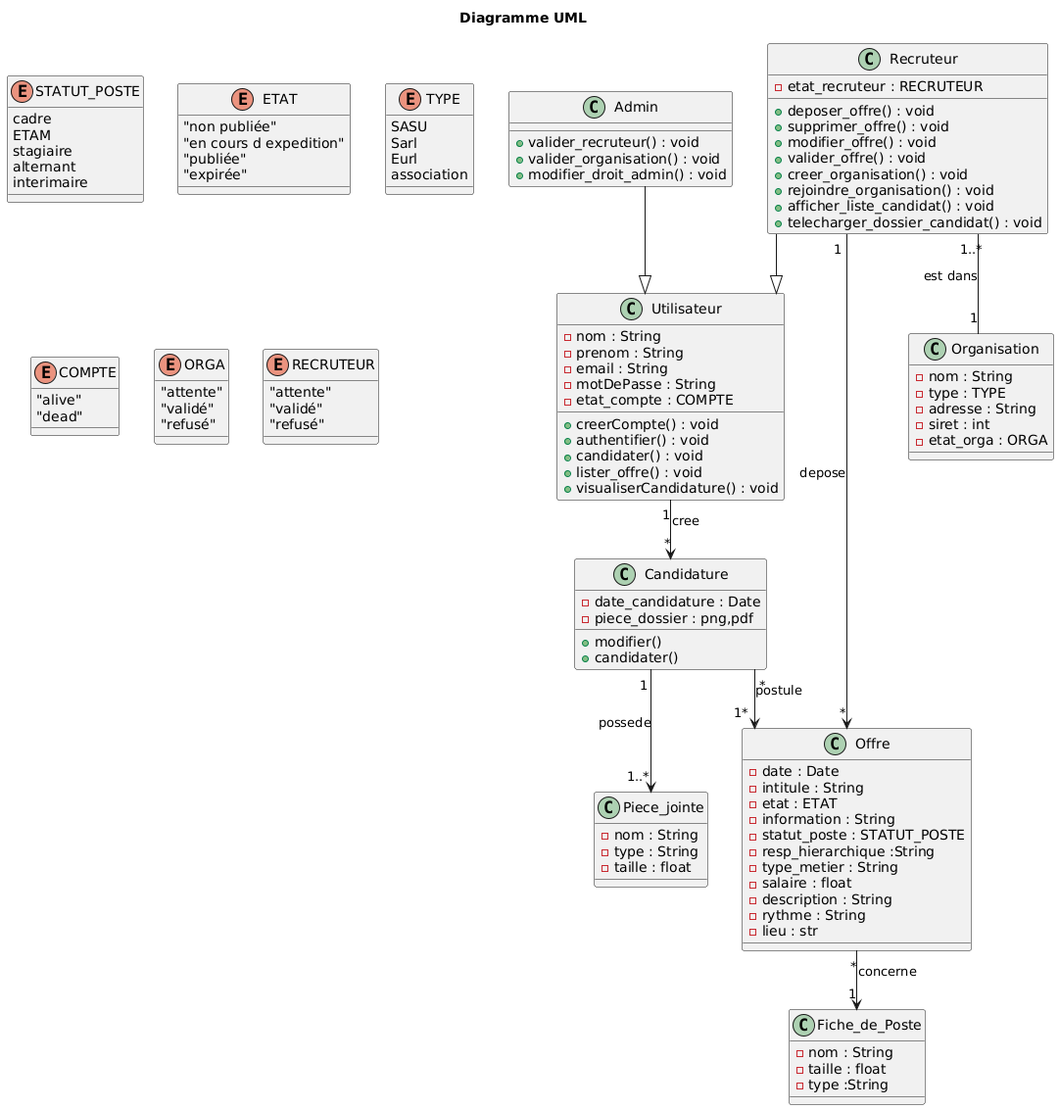
Above: Livrable_1/SR10_UML.png in jjean-v/SR10 (PlantUML), before the change.
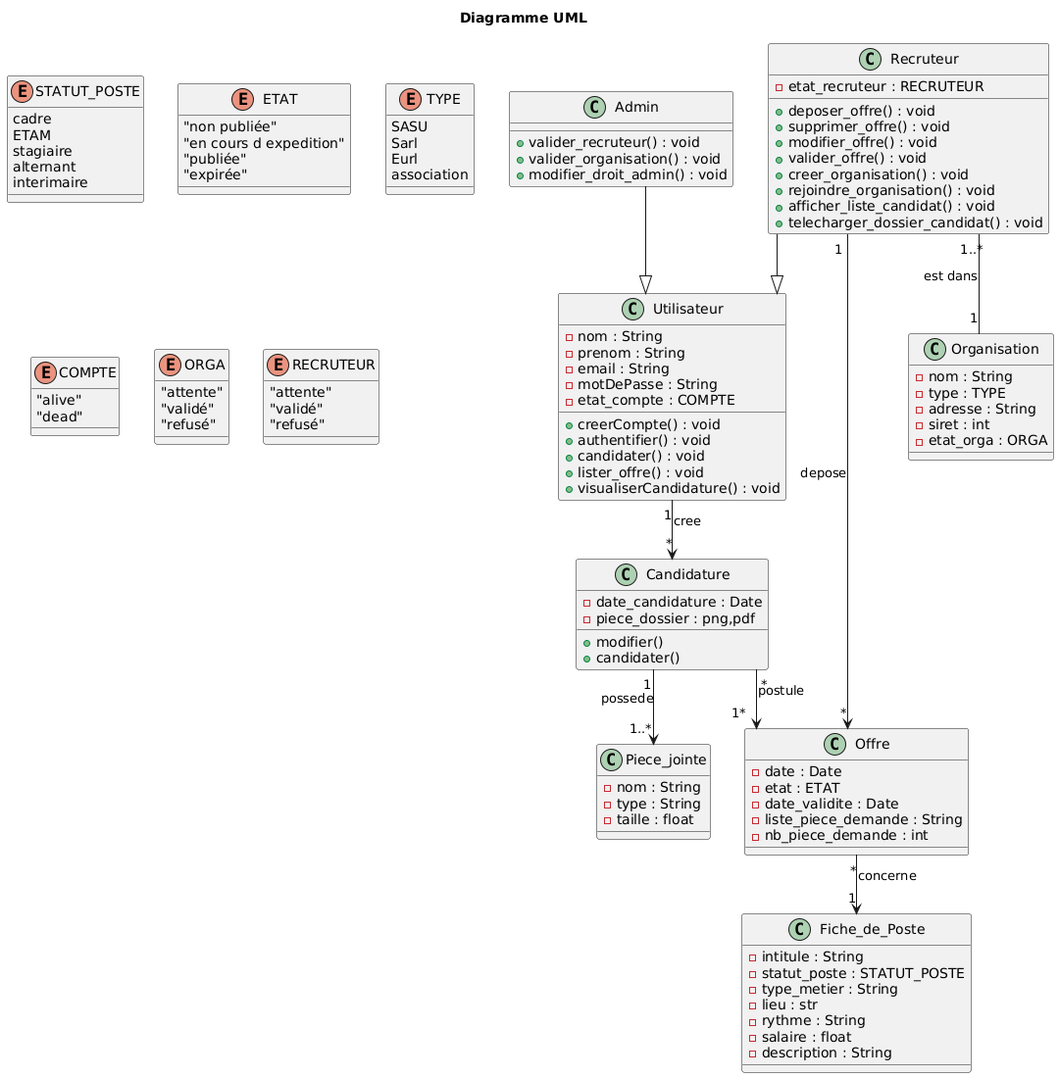
After the commit.

The edit, as a diff of the source:
```diff
@@ -79,22 +79,21 @@
 
 class Offre {
   - date : Date
-  - intitule : String
   - etat : ETAT
-  - information : String
-  - statut_poste : STATUT_POSTE
-  - resp_hierarchique :String
-  - type_metier : String
-  - salaire : float
-  - description : String
-  - rythme : String
-  - lieu : str
+  - date_validite : Date
+  - liste_piece_demande : String
+  - nb_piece_demande : int
 }
 
 class Fiche_de_Poste {
-  - nom : String
-  - taille : float
-  - type :String
+  - intitule : String
+  - statut_poste : STATUT_POSTE
+  - type_metier : String
+  - lieu : str
+  - rythme : String
+  - salaire : float
+  - description : String
+
 
 }
 
```
